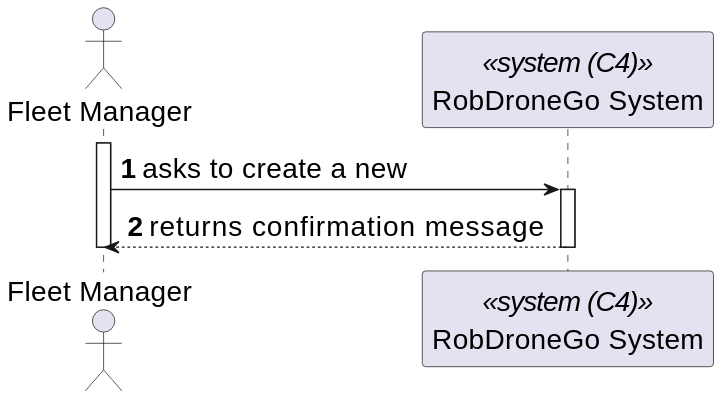
Earlier version of the PlantUML export _wiki/sprint-a/us18-350/views/level-1/assets/process-view.svg (miseEnPlace-dev/lapr5).
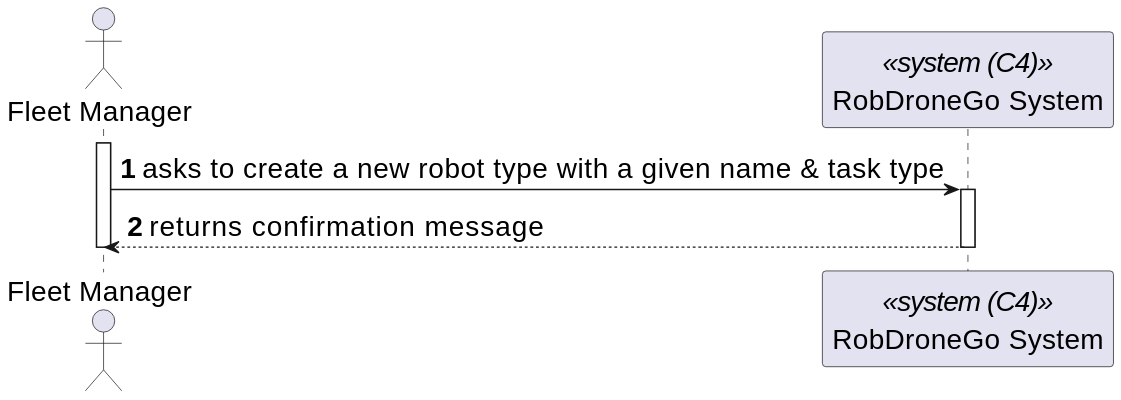
After the commit.

Commit message:
docs(us-350): added process views

The edit, as a diff of the source:
```diff
@@ -7,7 +7,7 @@
 
 activate FM
 
-FM -> SYS : asks to create a new
+FM -> SYS : asks to create a new robot type with a given name & task type
 activate SYS
 
 FM <-- SYS : returns confirmation message
```
